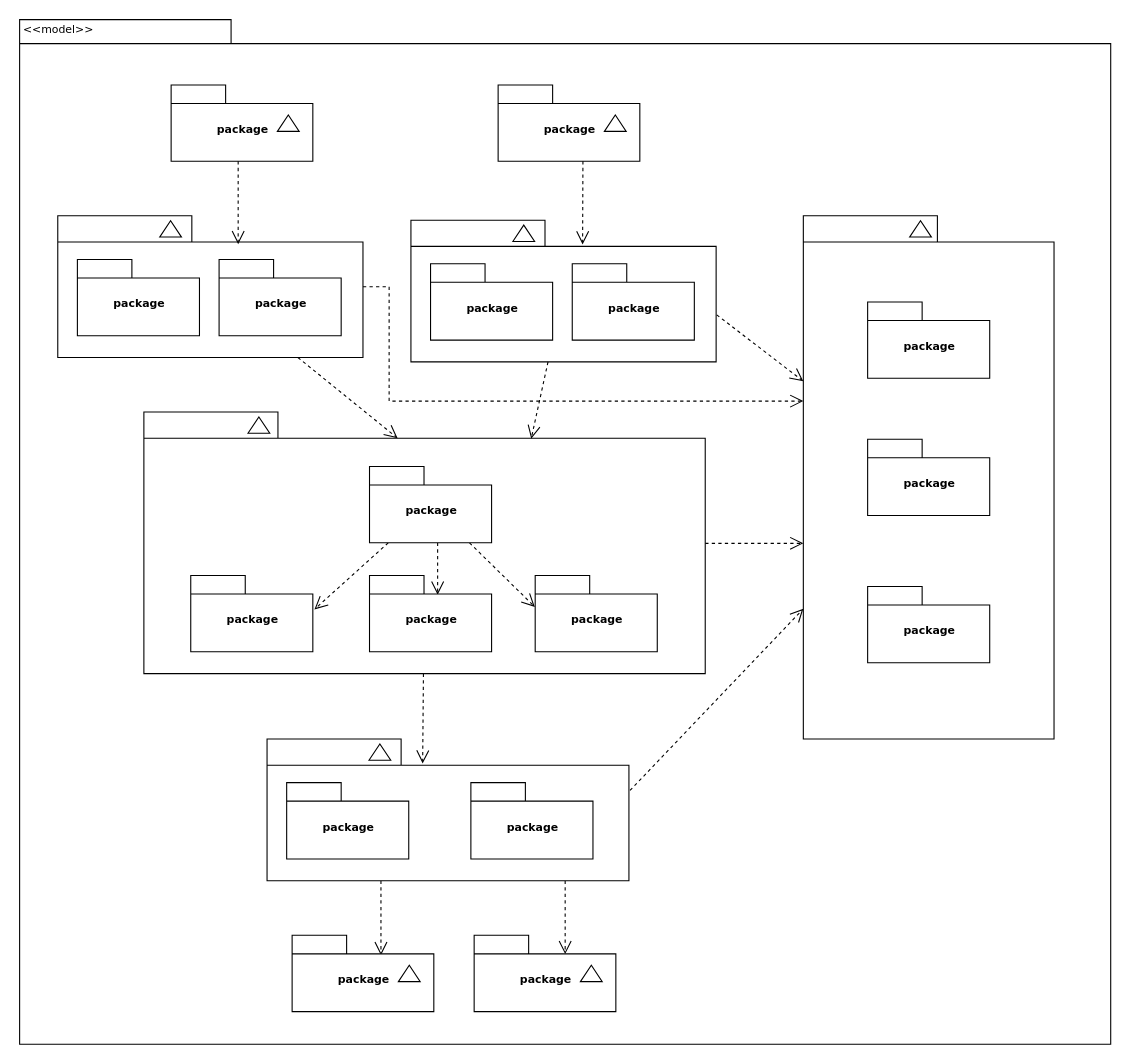
Before: UML/SANElibPackage.drawio in becker-max/baa-structures, a draw.io diagram. Source tidied: cells renumbered, new cells numbered last; positions are measured from the earlier drawing's top-left corner, leaving out a move shared by most shapes. Both pictures are drawn from the tidied source at 109%, with x=0, y=0 at pixel (19, 19).
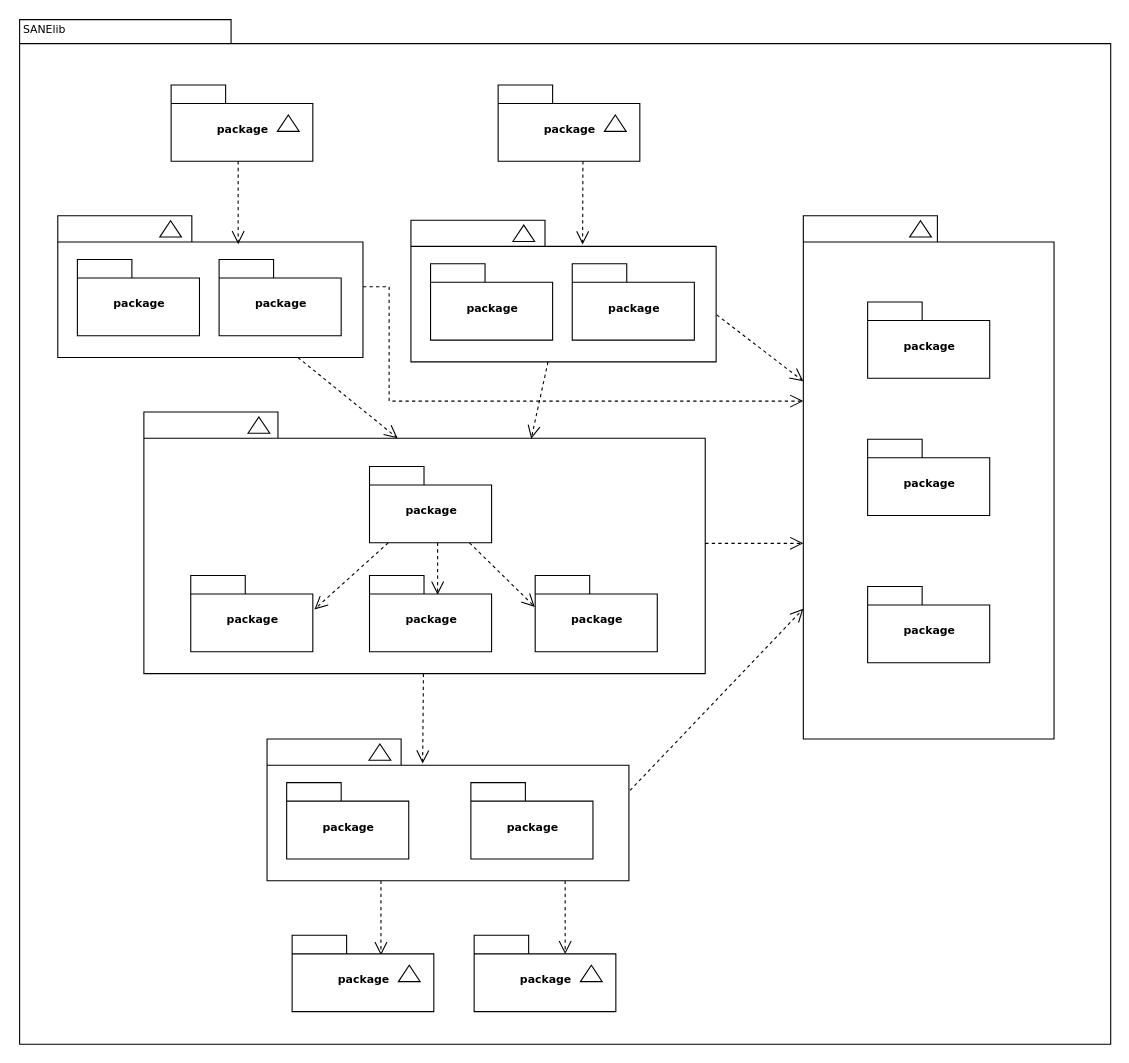
Above is the later version.

Diff of the diagram source:
```diff
@@
-    <mxCell id="56" value="&amp;lt;&amp;lt;model&amp;gt;&amp;gt;" style="text;html=1;align=left;verticalAlign=top;spacingTop=-4;fontSize=10;fontFamily=Verdana;" parent="1" vertex="1">
+    <mxCell id="56" value="SANElib" style="text;html=1;align=left;verticalAlign=top;spacingTop=-4;fontSize=10;fontFamily=Verdana;" parent="1" vertex="1">
       <mxGeometry x="1.5" y="0.5" width="130" height="20" as="geometry" />
     </mxCell>
```
